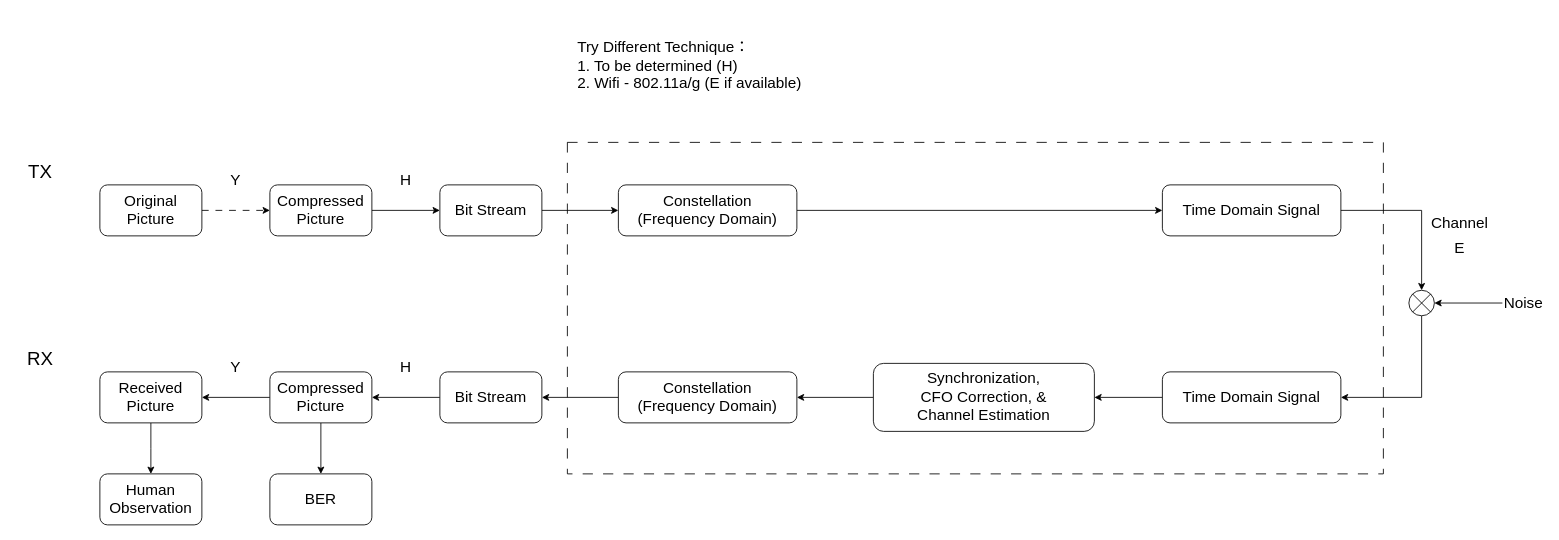
Earlier version of the draw.io diagram USRP_Final.drawio (ethanul31c/Commlab_Final). Source tidied: cells renumbered, new cells numbered last; positions are measured from the earlier drawing's top-left corner, leaving out a move shared by most shapes. Both pictures are drawn from the tidied source at 85%, with x=0, y=0 at pixel (14, 14).
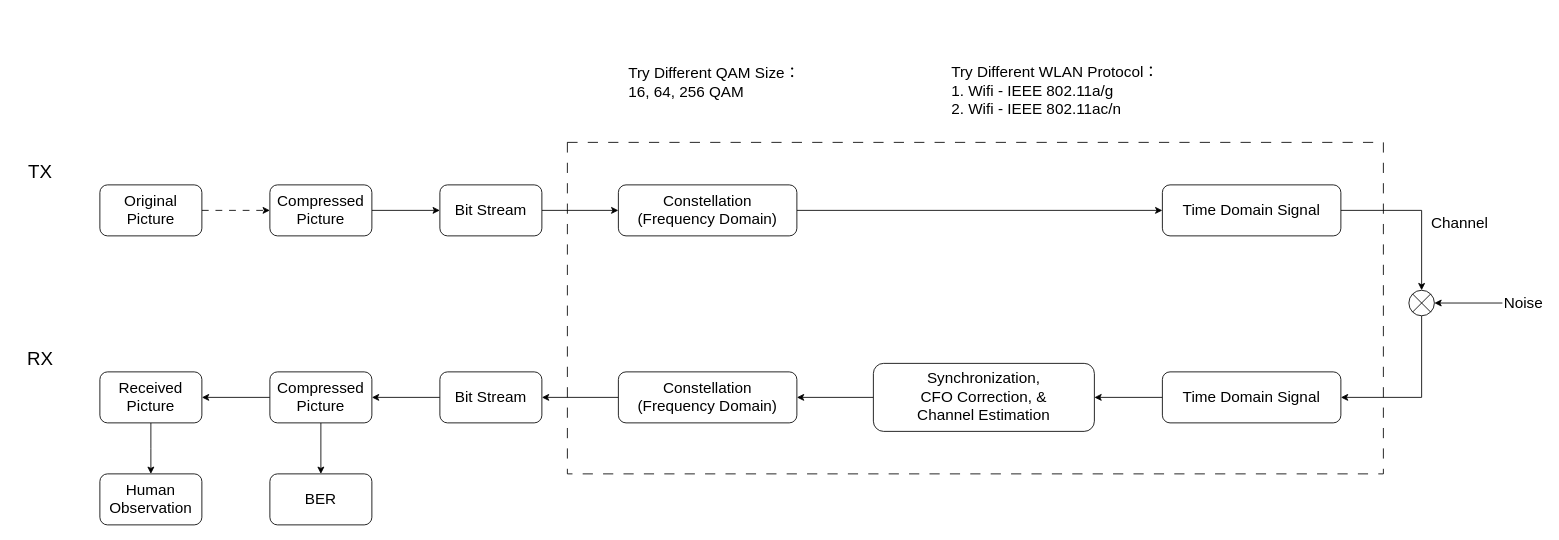
The same page after the edit.

What changed in the source:
```diff
@@
-    <mxCell id="30" value="E" style="text;html=1;align=center;verticalAlign=middle;whiteSpace=wrap;rounded=0;fontSize=18;fontColor=light-dark(#000000,#DAB6FF);" parent="1" vertex="1">
-      <mxGeometry x="1670" y="260" width="60" height="30" as="geometry" />
-    </mxCell>
-    <mxCell id="31" value="Y" style="text;html=1;align=center;verticalAlign=middle;whiteSpace=wrap;rounded=0;fontSize=18;fontColor=light-dark(#000000,#9EEAFF);" parent="1" vertex="1">
-      <mxGeometry x="230" y="180" width="60" height="30" as="geometry" />
-    </mxCell>
-    <mxCell id="32" value="Y" style="text;html=1;align=center;verticalAlign=middle;whiteSpace=wrap;rounded=0;fontSize=18;fontColor=light-dark(#000000,#9EEAFF);" parent="1" vertex="1">
-      <mxGeometry x="230" y="400" width="60" height="30" as="geometry" />
-    </mxCell>
@@
-    <mxCell id="34" value="H" style="text;html=1;align=center;verticalAlign=middle;whiteSpace=wrap;rounded=0;fontSize=18;fontColor=light-dark(#000000,#FFF8CE);" parent="1" vertex="1">
-      <mxGeometry x="430" y="180" width="60" height="30" as="geometry" />
-    </mxCell>
-    <mxCell id="35" value="H" style="text;html=1;align=center;verticalAlign=middle;whiteSpace=wrap;rounded=0;fontSize=18;fontColor=light-dark(#000000,#FFF8CE);" parent="1" vertex="1">
-      <mxGeometry x="430" y="400" width="60" height="30" as="geometry" />
-    </mxCell>
@@
-    <mxCell id="38" value="Try Different Technique：&lt;div&gt;1. To be determined (H)&lt;/div&gt;&lt;div&gt;2. Wifi - 802.11a/g (E if available)&lt;/div&gt;" style="text;html=1;align=left;verticalAlign=middle;whiteSpace=wrap;rounded=0;fontSize=18;" parent="1" vertex="1">
-      <mxGeometry x="660" width="290" height="120" as="geometry" />
+    <mxCell id="38" value="Try Different WLAN Protocol：&lt;div&gt;1. Wifi - IEEE 802.11a/g&lt;/div&gt;&lt;div&gt;2. Wifi -&amp;nbsp;&lt;span style=&quot;background-color: transparent; color: light-dark(rgb(0, 0, 0), rgb(255, 255, 255));&quot;&gt;IEEE 802.11ac/n&lt;/span&gt;&lt;/div&gt;" style="text;html=1;align=left;verticalAlign=middle;whiteSpace=wrap;rounded=0;fontSize=18;" parent="1" vertex="1">
+      <mxGeometry x="1100" y="30" width="290" height="120" as="geometry" />
     </mxCell>
@@
+    <mxCell id="41" value="Try Different QAM Size：&lt;div&gt;16, 64, 256 QAM&lt;/div&gt;" style="text;html=1;align=left;verticalAlign=middle;whiteSpace=wrap;rounded=0;fontSize=18;" parent="1" vertex="1">
+      <mxGeometry x="720" y="20" width="230" height="120" as="geometry" />
+    </mxCell>
```
